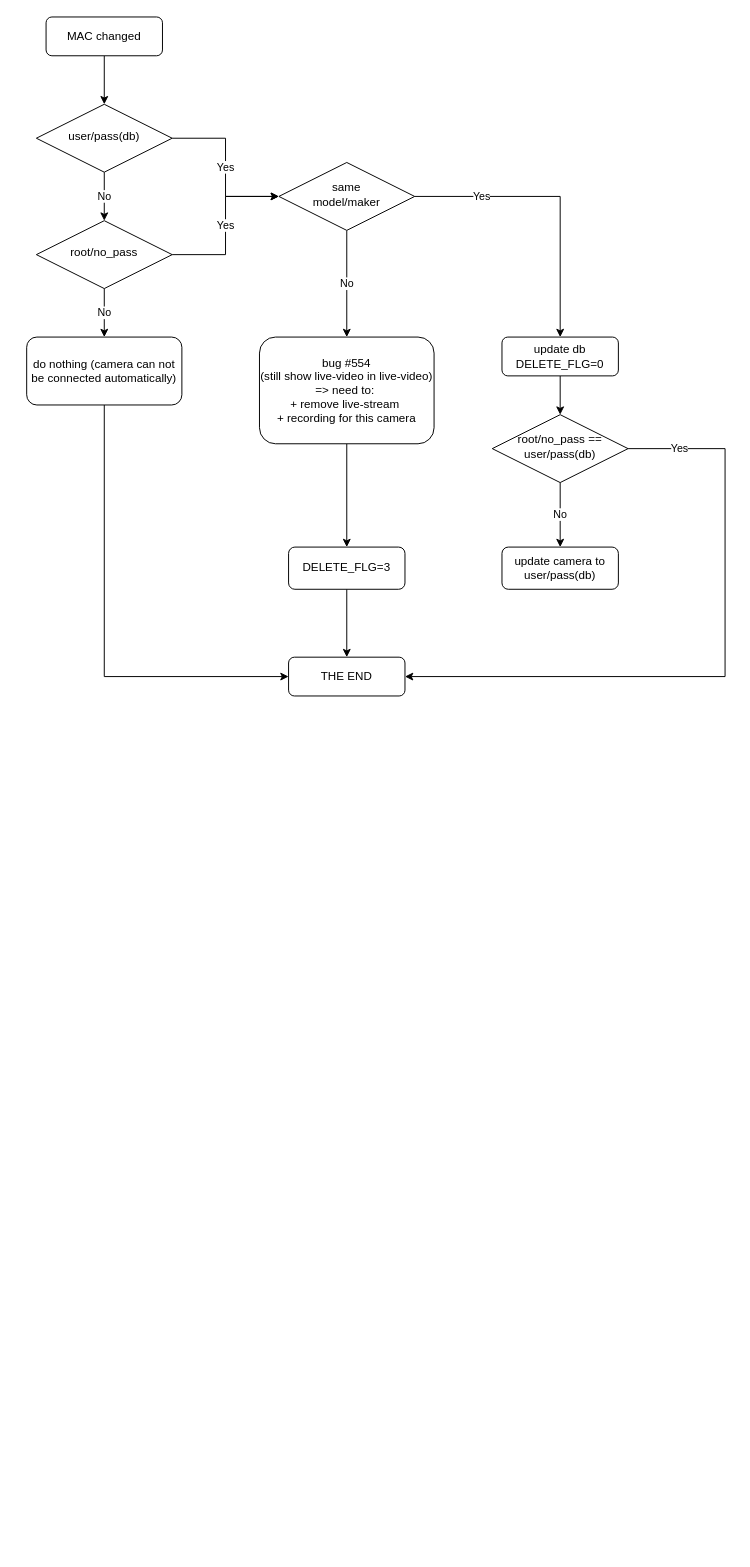
This is change_camera.drawio from minh91a1/drawio, a draw.io file, before an edit. Source tidied: cells renumbered, new cells numbered last; positions are measured from the earlier drawing's top-left corner, leaving out a move shared by most shapes. Both pictures are drawn from the tidied source at 97%, with x=0, y=0 at pixel (26, 16).
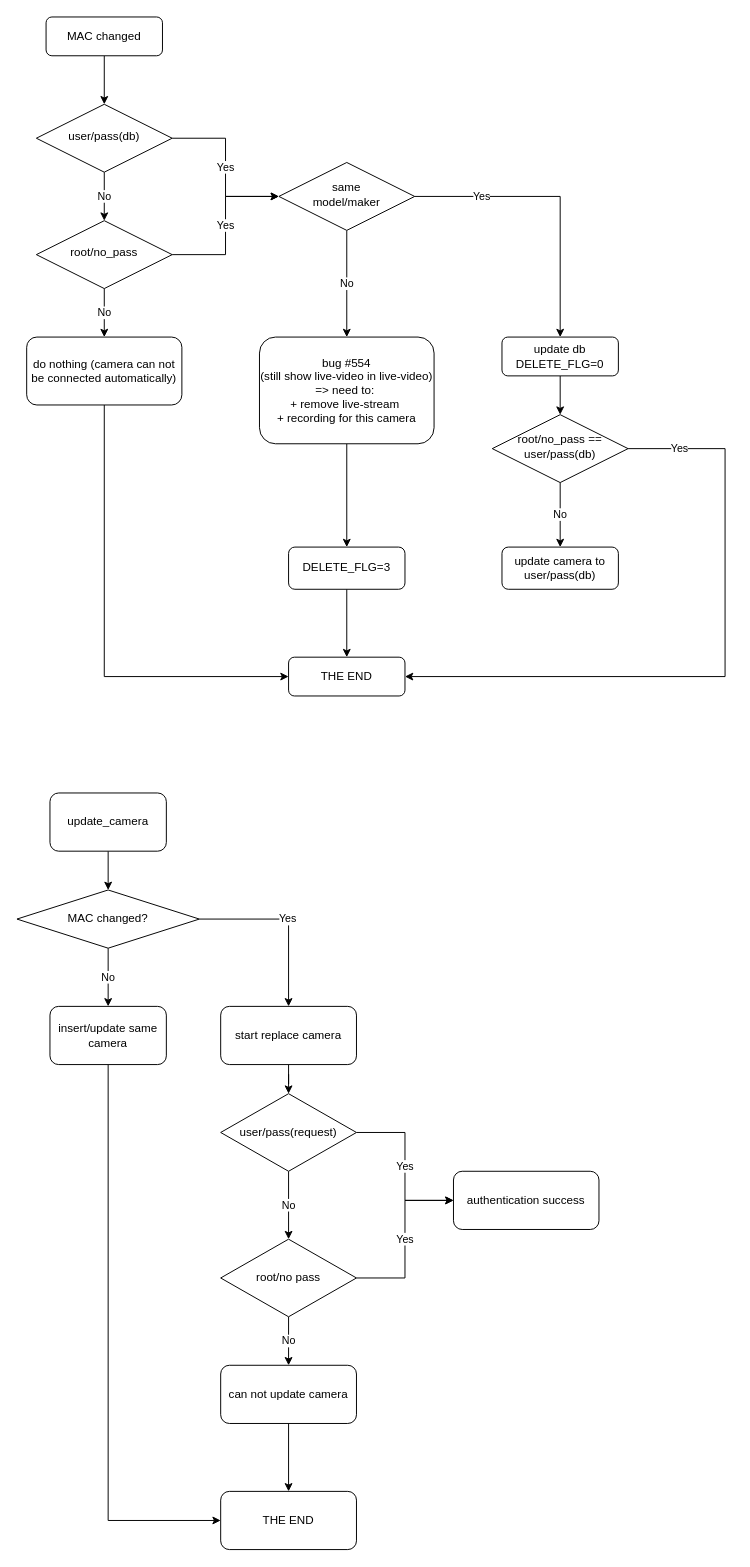
Above is the later version.

Diff of the diagram source:
```diff
@@
+    <mxCell id="26" style="edgeStyle=orthogonalEdgeStyle;rounded=0;jettySize=auto;html=1;entryX=0.5;entryY=0;entryDx=0;entryDy=0;" parent="1" edge="1" source="27" target="29">
+      <mxGeometry relative="1" as="geometry" />
+    </mxCell>
+    <mxCell id="27" value="update_camera" style="rounded=1;whiteSpace=wrap;html=1;" parent="1" vertex="1">
+      <mxGeometry x="24" y="800" width="120" height="60" as="geometry" />
+    </mxCell>
+    <mxCell id="28" value="No" style="edgeStyle=orthogonalEdgeStyle;rounded=0;jettySize=auto;html=1;" parent="1" edge="1" source="29" target="31">
+      <mxGeometry relative="1" as="geometry" />
+    </mxCell>
+    <mxCell id="29" value="MAC changed?" style="rhombus;whiteSpace=wrap;html=1;" parent="1" vertex="1">
+      <mxGeometry x="-10" y="900" width="188" height="60" as="geometry" />
+    </mxCell>
+    <mxCell id="30" style="edgeStyle=orthogonalEdgeStyle;rounded=0;jettySize=auto;html=1;entryX=0;entryY=0.5;entryDx=0;entryDy=0;" parent="1" edge="1" source="31" target="43">
+      <mxGeometry relative="1" as="geometry">
+        <Array as="points">
+          <mxPoint x="84" y="1550" />
+        </Array>
+      </mxGeometry>
+    </mxCell>
+    <mxCell id="31" value="insert/update same camera" style="rounded=1;whiteSpace=wrap;html=1;" parent="1" vertex="1">
+      <mxGeometry x="24" y="1020" width="120" height="60" as="geometry" />
+    </mxCell>
+    <mxCell id="32" style="edgeStyle=orthogonalEdgeStyle;rounded=0;jettySize=auto;html=1;entryX=0.5;entryY=0;entryDx=0;entryDy=0;" parent="1" edge="1" source="33" target="37">
+      <mxGeometry relative="1" as="geometry" />
+    </mxCell>
+    <mxCell id="33" value="start replace camera" style="rounded=1;whiteSpace=wrap;html=1;" parent="1" vertex="1">
+      <mxGeometry x="200" y="1020" width="140" height="60" as="geometry" />
+    </mxCell>
+    <mxCell id="34" value="Yes" style="edgeStyle=orthogonalEdgeStyle;rounded=0;jettySize=auto;html=1;entryX=0.5;entryY=0;entryDx=0;entryDy=0;" parent="1" edge="1" source="29" target="33">
+      <mxGeometry relative="1" as="geometry" />
+    </mxCell>
+    <mxCell id="35" value="Yes" style="edgeStyle=orthogonalEdgeStyle;rounded=0;jettySize=auto;html=1;entryX=0;entryY=0.5;entryDx=0;entryDy=0;" parent="1" edge="1" source="37" target="44">
+      <mxGeometry relative="1" as="geometry" />
+    </mxCell>
+    <mxCell id="36" value="No" style="edgeStyle=orthogonalEdgeStyle;rounded=0;jettySize=auto;html=1;entryX=0.5;entryY=0;entryDx=0;entryDy=0;" parent="1" edge="1" source="37" target="40">
+      <mxGeometry relative="1" as="geometry" />
+    </mxCell>
+    <mxCell id="37" value="user/pass(request)" style="rhombus;whiteSpace=wrap;html=1;" parent="1" vertex="1">
+      <mxGeometry x="200" y="1110" width="140" height="80" as="geometry" />
+    </mxCell>
+    <mxCell id="38" value="No" style="edgeStyle=orthogonalEdgeStyle;rounded=0;jettySize=auto;html=1;entryX=0.5;entryY=0;entryDx=0;entryDy=0;" parent="1" edge="1" source="40" target="42">
+      <mxGeometry relative="1" as="geometry" />
+    </mxCell>
+    <mxCell id="39" value="Yes" style="edgeStyle=orthogonalEdgeStyle;rounded=0;jettySize=auto;html=1;entryX=0;entryY=0.5;entryDx=0;entryDy=0;" parent="1" edge="1" source="40" target="44">
+      <mxGeometry relative="1" as="geometry" />
+    </mxCell>
+    <mxCell id="40" value="root/no pass" style="rhombus;whiteSpace=wrap;html=1;" parent="1" vertex="1">
+      <mxGeometry x="200" y="1260" width="140" height="80" as="geometry" />
+    </mxCell>
+    <mxCell id="41" style="edgeStyle=orthogonalEdgeStyle;rounded=0;jettySize=auto;html=1;entryX=0.5;entryY=0;entryDx=0;entryDy=0;" parent="1" edge="1" source="42" target="43">
+      <mxGeometry relative="1" as="geometry" />
+    </mxCell>
+    <mxCell id="42" value="can not update camera" style="rounded=1;whiteSpace=wrap;html=1;" parent="1" vertex="1">
+      <mxGeometry x="200" y="1390" width="140" height="60" as="geometry" />
+    </mxCell>
+    <mxCell id="43" value="THE END" style="rounded=1;whiteSpace=wrap;html=1;" parent="1" vertex="1">
+      <mxGeometry x="200" y="1520" width="140" height="60" as="geometry" />
+    </mxCell>
+    <mxCell id="44" value="authentication success" style="rounded=1;whiteSpace=wrap;html=1;" parent="1" vertex="1">
+      <mxGeometry x="440" y="1190" width="150" height="60" as="geometry" />
+    </mxCell>
```
